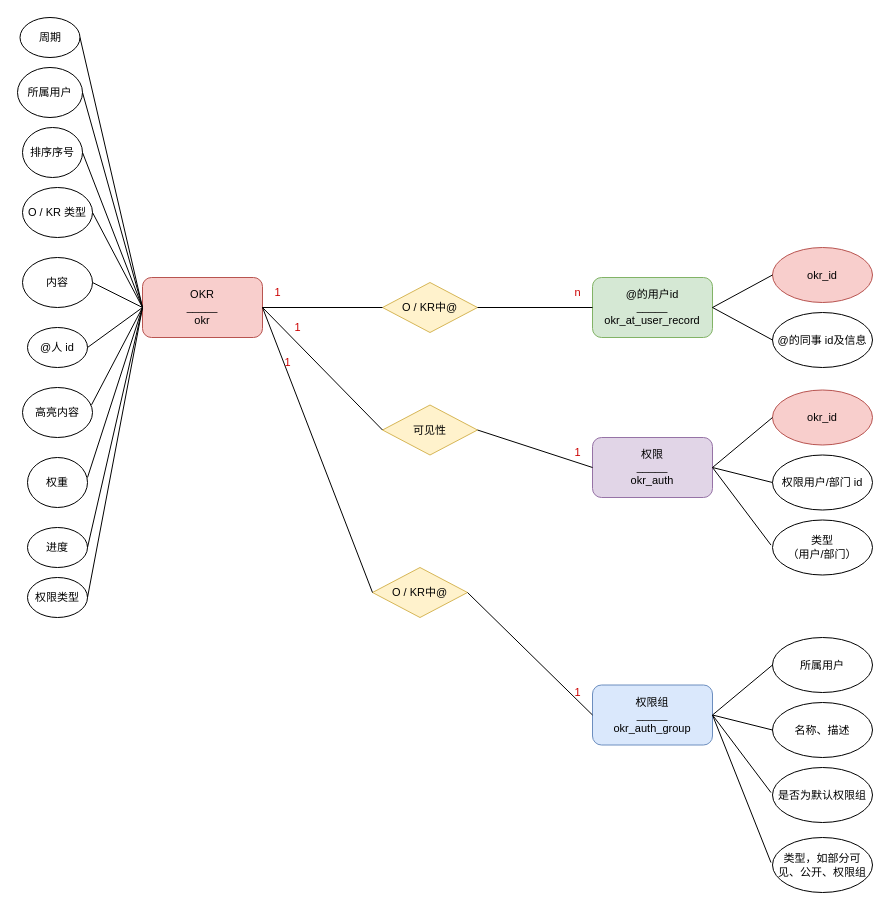
This is com.ygq/frame/OKR-ER.drawio from ythawed/diagrams, a draw.io file, before an edit. Source tidied: cells renumbered, new cells numbered last; positions are measured from the earlier drawing's top-left corner, leaving out a move shared by most shapes. Both pictures are drawn from the tidied source at 100%, with x=0, y=0 at pixel (17, 17).
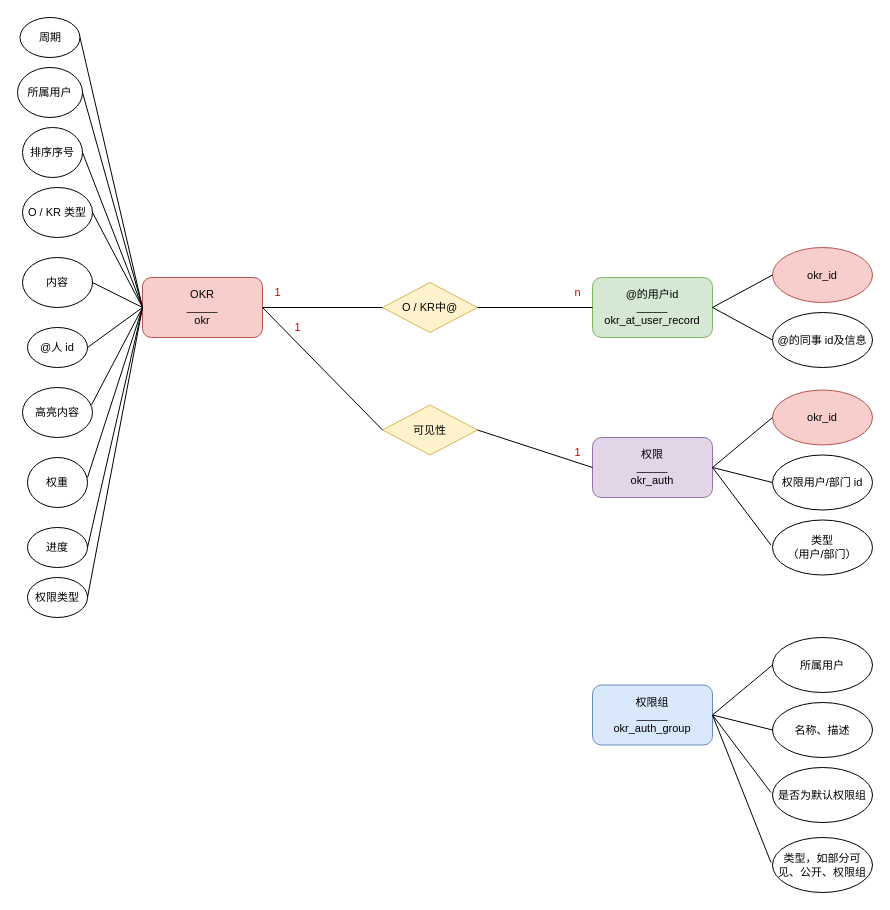
The same diagram, later.

Unchanged cells that the change refers to:
```xml
<mxCell id="45" value="权限组&lt;br&gt;_____&lt;br&gt;&lt;span style=&quot;font-size: 11px;&quot;&gt;okr_auth_group&lt;/span&gt;" style="rounded=1;whiteSpace=wrap;html=1;fontFamily=Helvetica;fontSize=11;fillColor=#dae8fc;strokeColor=#6c8ebf;" parent="1" vertex="1">
  <mxGeometry x="575" y="667.5" width="120" height="60" as="geometry" />
</mxCell>
```

The edit, as a diff of the source:
```diff
@@
-    <mxCell id="54" value="O / KR中@" style="rhombus;whiteSpace=wrap;html=1;fontFamily=Helvetica;fontSize=11;fillColor=#fff2cc;strokeColor=#d6b656;rotation=0;" parent="1" vertex="1">
-      <mxGeometry x="355" y="550" width="95" height="50" as="geometry" />
-    </mxCell>
-    <mxCell id="55" style="endArrow=none;html=1;rounded=0;labelBackgroundColor=default;fontFamily=Helvetica;fontSize=11;fontColor=default;strokeColor=default;shape=connector;entryX=0;entryY=0.5;entryDx=0;entryDy=0;" parent="1" edge="1" target="54">
-      <mxGeometry relative="1" as="geometry">
-        <mxPoint x="245" y="290" as="sourcePoint" />
-      </mxGeometry>
-    </mxCell>
-    <mxCell id="56" style="endArrow=none;html=1;rounded=0;labelBackgroundColor=default;fontFamily=Helvetica;fontSize=11;fontColor=default;strokeColor=default;shape=connector;exitX=1;exitY=0.5;exitDx=0;exitDy=0;entryX=0;entryY=0.5;entryDx=0;entryDy=0;" parent="1" edge="1" source="54" target="45">
-      <mxGeometry relative="1" as="geometry" />
-    </mxCell>
-    <mxCell id="57" value="&lt;font color=&quot;#cc0000&quot;&gt;1&lt;/font&gt;" style="text;html=1;align=center;verticalAlign=middle;strokeColor=none;fillColor=none;fontSize=11;fontFamily=Helvetica;fontColor=default;" parent="1" vertex="1">
-      <mxGeometry x="255" y="330" width="30" height="30" as="geometry" />
-    </mxCell>
-    <mxCell id="58" value="&lt;font color=&quot;#cc0000&quot;&gt;1&lt;/font&gt;" style="text;html=1;align=center;verticalAlign=middle;strokeColor=none;fillColor=none;fontSize=11;fontFamily=Helvetica;fontColor=default;" parent="1" vertex="1">
-      <mxGeometry x="545" y="660" width="30" height="30" as="geometry" />
-    </mxCell>
```
